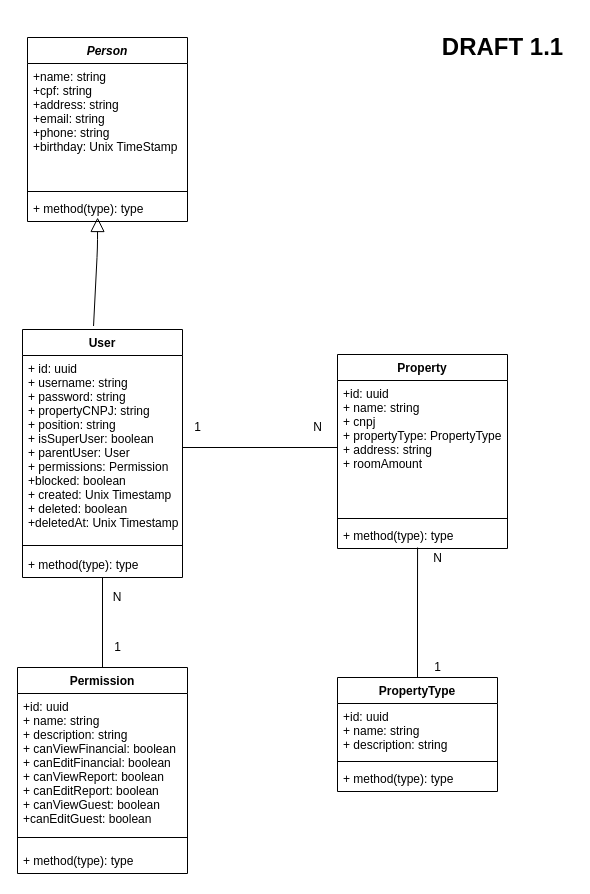
The draw.io diagram Docs/UML/Class/Hostfy-class.drawio in gprpaes/IC819, before the edit. Source tidied: cells renumbered, new cells numbered last; positions are measured from the earlier drawing's top-left corner, leaving out a move shared by most shapes. Both pictures are drawn from the tidied source at 100%, with x=0, y=0 at pixel (17, 22).
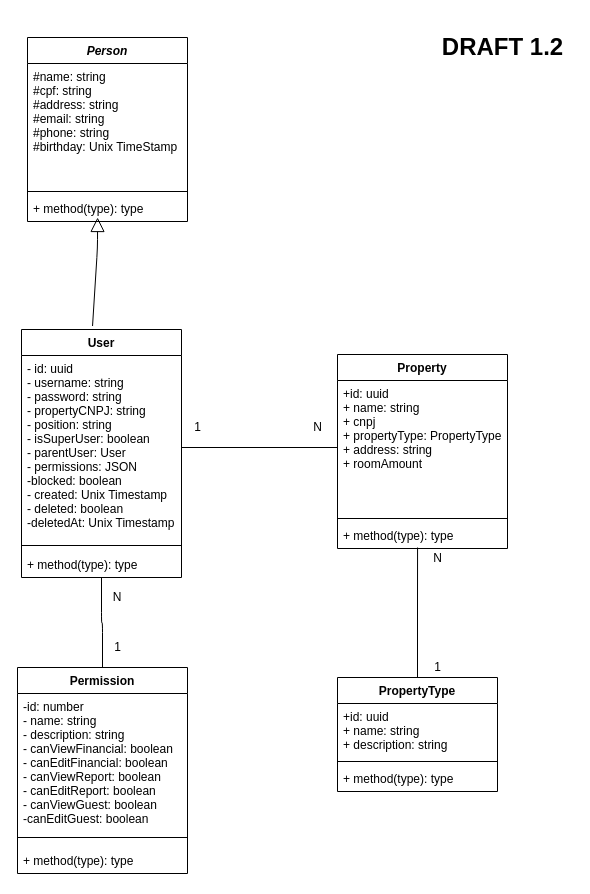
The same diagram, later.

The change refers to these unchanged cells:
```xml
<mxCell id="3" value="Person" style="swimlane;fontStyle=3;align=center;verticalAlign=top;horizontal=1;startSize=26;" parent="1" vertex="1">
  <mxGeometry x="10" y="15" width="160" height="184" as="geometry" />
</mxCell>
<mxCell id="23" value="Permission" style="swimlane;fontStyle=1;align=center;verticalAlign=top;horizontal=1;startSize=26;" parent="1" vertex="1">
  <mxGeometry y="645" width="170" height="206" as="geometry" />
</mxCell>
```

What changed in the source:
```diff
@@
-    <mxCell id="4" value="+name: string&#10;+cpf: string&#10;+address: string&#10;+email: string&#10;+phone: string&#10;+birthday: Unix TimeStamp&#10;&#10;&#10;&#10;" style="text;strokeColor=none;fillColor=none;align=left;verticalAlign=top;spacingLeft=4;spacingRight=4;overflow=hidden;" parent="3" vertex="1">
+    <mxCell id="4" value="#name: string&#10;#cpf: string&#10;#address: string&#10;#email: string&#10;#phone: string&#10;#birthday: Unix TimeStamp&#10;&#10;&#10;&#10;" style="text;strokeColor=none;fillColor=none;align=left;verticalAlign=top;spacingLeft=4;spacingRight=4;overflow=hidden;" parent="3" vertex="1">
       <mxGeometry y="26" width="160" height="124" as="geometry" />
     </mxCell>
@@
-    <mxCell id="13" value="&lt;h1&gt;DRAFT 1.1&lt;br&gt;&lt;/h1&gt;" style="text;html=1;align=center;verticalAlign=middle;" parent="1" vertex="1">
+    <mxCell id="13" value="&lt;h1&gt;DRAFT 1.2&lt;br&gt;&lt;/h1&gt;" style="text;html=1;align=center;verticalAlign=middle;" parent="1" vertex="1">
       <mxGeometry x="415" width="140" height="50" as="geometry" />
     </mxCell>
@@
     <mxCell id="19" value="User" style="swimlane;fontStyle=1;align=center;verticalAlign=top;horizontal=1;startSize=26;" parent="1" vertex="1">
-      <mxGeometry x="5" y="307" width="160" height="248" as="geometry" />
+      <mxGeometry x="4" y="307" width="160" height="248" as="geometry" />
     </mxCell>
-    <mxCell id="20" value="+ id: uuid&#10;+ username: string&#10;+ password: string&#10;+ propertyCNPJ: string&#10;+ position: string&#10;+ isSuperUser: boolean&#10;+ parentUser: User&#10;+ permissions: Permission&#10;+blocked: boolean&#10;+ created: Unix Timestamp&#10;+ deleted: boolean&#10;+deletedAt: Unix Timestamp&#10;&#10;&#10;&#10;&#10;&#10;" style="text;strokeColor=none;fillColor=none;align=left;verticalAlign=top;spacingLeft=4;spacingRight=4;overflow=hidden;points=[[0,0.5],[1,0.5]];portConstraint=eastwest;" parent="19" vertex="1">
+    <mxCell id="20" value="- id: uuid&#10;- username: string&#10;- password: string&#10;- propertyCNPJ: string&#10;- position: string&#10;- isSuperUser: boolean&#10;- parentUser: User&#10;- permissions: JSON&#10;-blocked: boolean&#10;- created: Unix Timestamp&#10;- deleted: boolean&#10;-deletedAt: Unix Timestamp&#10;&#10;&#10;&#10;&#10;&#10;" style="text;strokeColor=none;fillColor=none;align=left;verticalAlign=top;spacingLeft=4;spacingRight=4;overflow=hidden;points=[[0,0.5],[1,0.5]];portConstraint=eastwest;" parent="19" vertex="1">
       <mxGeometry y="26" width="160" height="184" as="geometry" />
     </mxCell>
@@
-    <mxCell id="24" value="+id: uuid&#10;+ name: string&#10;+ description: string&#10;+ canViewFinancial: boolean&#10;+ canEditFinancial: boolean&#10;+ canViewReport: boolean&#10;+ canEditReport: boolean&#10;+ canViewGuest: boolean&#10;+canEditGuest: boolean&#10;&#10;&#10;&#10;&#10;" style="text;strokeColor=none;fillColor=none;align=left;verticalAlign=top;spacingLeft=4;spacingRight=4;overflow=hidden;" parent="23" vertex="1">
+    <mxCell id="24" value="-id: number&#10;- name: string&#10;- description: string&#10;- canViewFinancial: boolean&#10;- canEditFinancial: boolean&#10;- canViewReport: boolean&#10;- canEditReport: boolean&#10;- canViewGuest: boolean&#10;-canEditGuest: boolean&#10;&#10;&#10;&#10;&#10;" style="text;strokeColor=none;fillColor=none;align=left;verticalAlign=top;spacingLeft=4;spacingRight=4;overflow=hidden;" parent="23" vertex="1">
       <mxGeometry y="26" width="170" height="134" as="geometry" />
     </mxCell>
```
